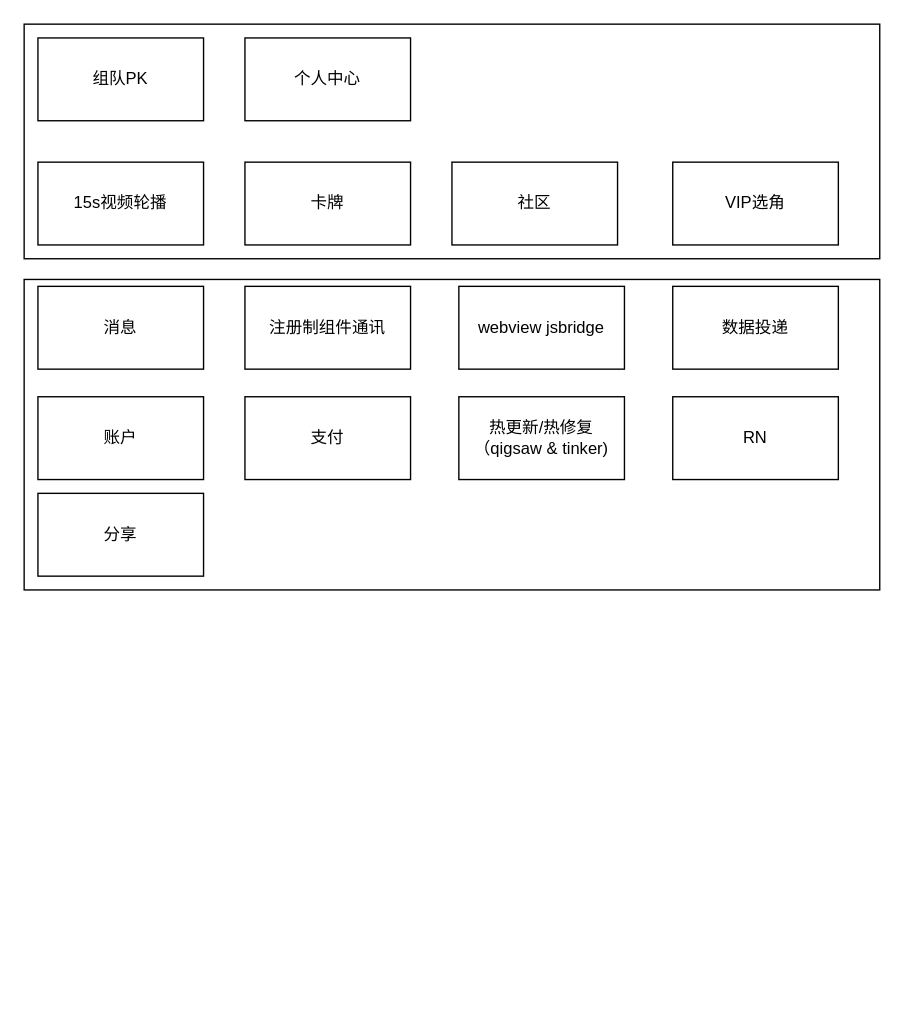
The draw.io diagram 青春有你.drawio in loc1129/uml, before the edit. Source tidied: cells renumbered, new cells numbered last; positions are measured from the earlier drawing's top-left corner, leaving out a move shared by most shapes. Both pictures are drawn from the tidied source at 138%, with x=0, y=0 at pixel (23, 23).
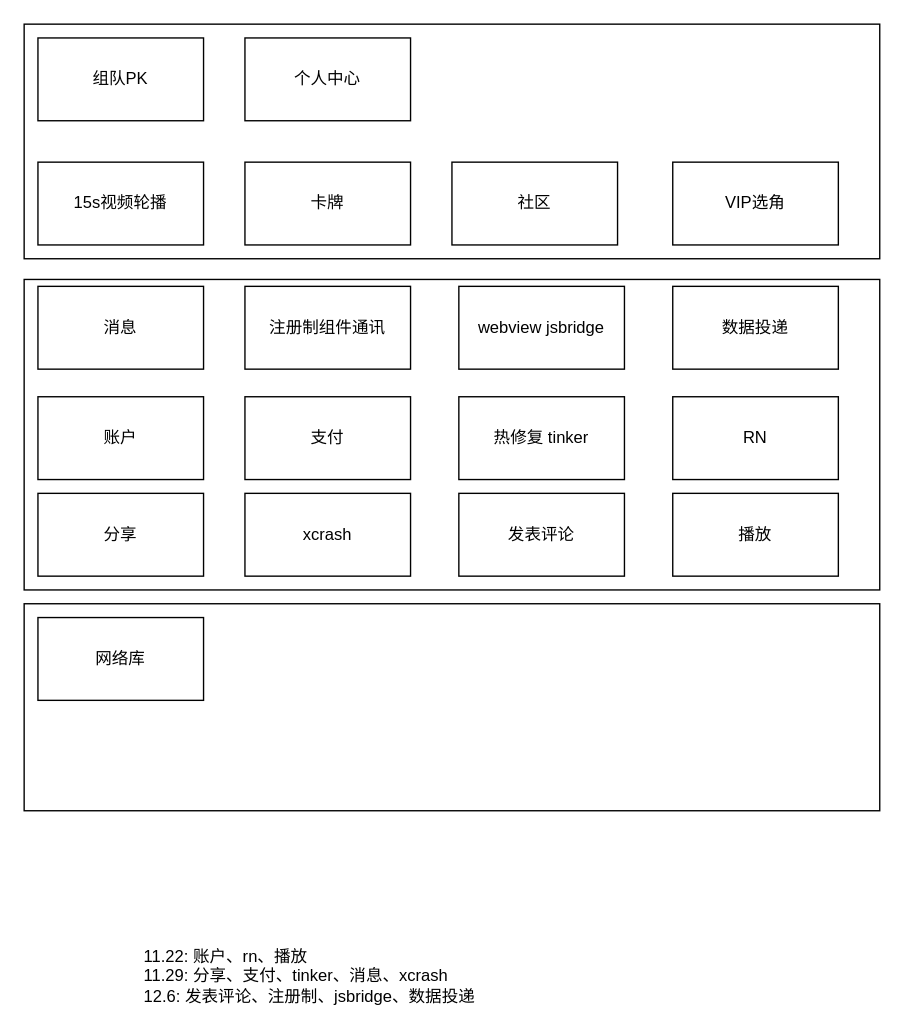
The same page after the edit.

Commit message:
更新青春有你.drawio

Change to the diagram source:
```diff
@@
+    <mxCell id="19" style="rounded=0;whiteSpace=wrap;html=1;" parent="1" vertex="1">
+      <mxGeometry y="420" width="620" height="150" as="geometry" />
+    </mxCell>
@@
-    <mxCell id="6" value="热更新/热修复 （qigsaw &amp;amp; tinker)" style="rounded=0;whiteSpace=wrap;html=1;" parent="1" vertex="1">
+    <mxCell id="6" value="热修复 tinker" style="rounded=0;whiteSpace=wrap;html=1;" parent="1" vertex="1">
       <mxGeometry x="315" y="270" width="120" height="60" as="geometry" />
     </mxCell>
@@
-    <mxCell id="12" value="注册制组件通讯" style="rounded=0;whiteSpace=wrap;html=1;" parent="1" vertex="1">
+    <mxCell id="12" value="注册制组件通讯" style="rounded=0;whiteSpace=wrap;html=1;fillColor=#FFFFFF;" parent="1" vertex="1">
       <mxGeometry x="160" y="190" width="120" height="60" as="geometry" />
     </mxCell>
@@
+    <mxCell id="18" value="分享" style="rounded=0;whiteSpace=wrap;html=1;" parent="1" vertex="1">
+      <mxGeometry x="10" y="340" width="120" height="60" as="geometry" />
+    </mxCell>
+    <mxCell id="20" value="xcrash" style="rounded=0;whiteSpace=wrap;html=1;" parent="1" vertex="1">
+      <mxGeometry x="160" y="340" width="120" height="60" as="geometry" />
+    </mxCell>
+    <mxCell id="21" value="发表评论" style="rounded=0;whiteSpace=wrap;html=1;fillColor=#FFFFFF;" parent="1" vertex="1">
+      <mxGeometry x="315" y="340" width="120" height="60" as="geometry" />
+    </mxCell>
+    <mxCell id="22" value="播放" style="rounded=0;whiteSpace=wrap;html=1;" parent="1" vertex="1">
+      <mxGeometry x="470" y="340" width="120" height="60" as="geometry" />
+    </mxCell>
+    <mxCell id="23" value="网络库" style="rounded=0;whiteSpace=wrap;html=1;" parent="1" vertex="1">
+      <mxGeometry x="10" y="430" width="120" height="60" as="geometry" />
+    </mxCell>
-    <mxCell id="17" value="数据投递" style="rounded=0;whiteSpace=wrap;html=1;" parent="1" vertex="1">
+    <mxCell id="17" value="数据投递" style="rounded=0;whiteSpace=wrap;html=1;fillColor=#FFFFFF;" parent="1" vertex="1">
       <mxGeometry x="470" y="190" width="120" height="60" as="geometry" />
     </mxCell>
-    <mxCell id="18" value="分享" style="rounded=0;whiteSpace=wrap;html=1;" parent="1" vertex="1">
-      <mxGeometry x="10" y="340" width="120" height="60" as="geometry" />
-    </mxCell>
+    <mxCell id="24" value="11.22: 账户、rn、播放&lt;br&gt;11.29: 分享、支付、tinker、消息、xcrash&lt;br&gt;12.6: 发表评论、注册制、jsbridge、数据投递" style="text;html=1;align=left;verticalAlign=top;spacingTop=-4;" parent="1" vertex="1">
+      <mxGeometry x="85" y="666" width="260" height="40" as="geometry" />
+    </mxCell>
```
